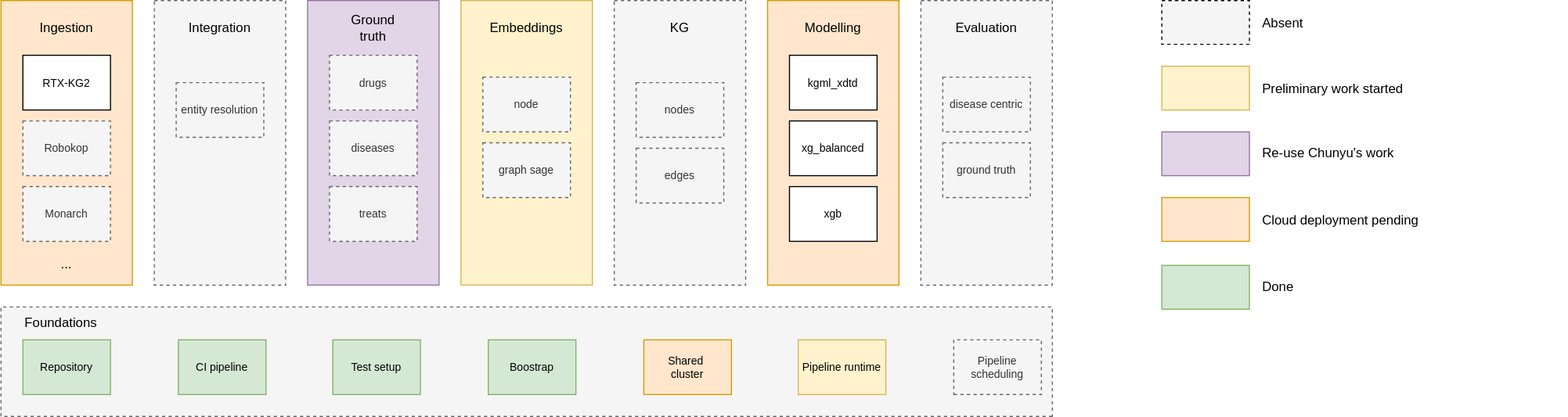
Above: docs/src/assets/img/status.drawio.svg in everycure-org/matrix (draw.io), before the change. Source tidied: cells renumbered, new cells last; positions are measured from the earlier drawing's top-left corner, leaving out a move shared by most shapes.
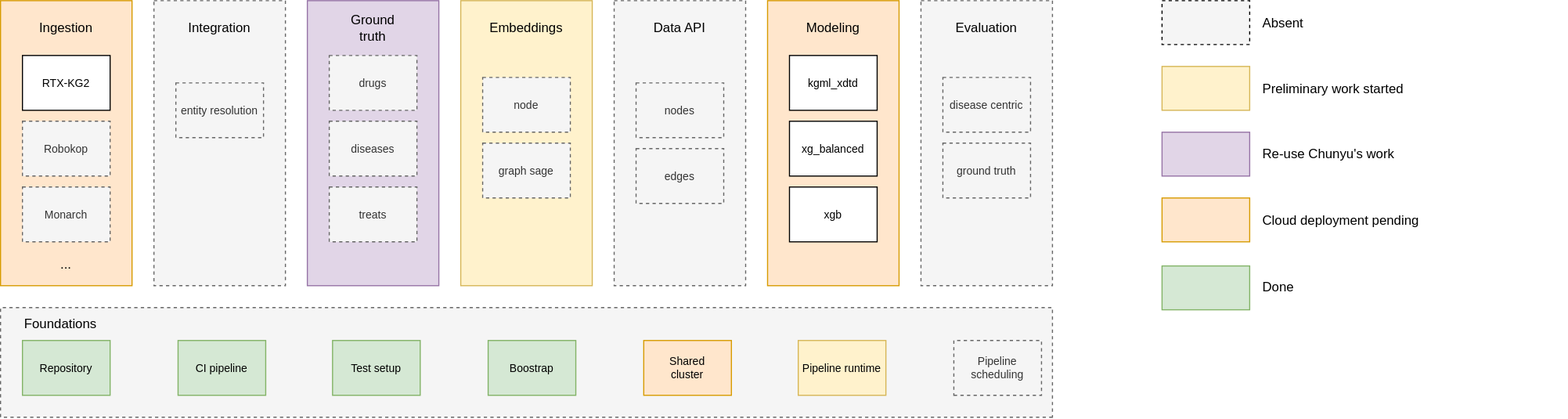
The same diagram one commit later.

Diff of the diagram source:
```diff
@@ -38,7 +38,7 @@
     <mxCell id="13" style="rounded=0;whiteSpace=wrap;html=1;fillColor=#ffe6cc;strokeColor=#d79b00;" parent="1" vertex="1">
       <mxGeometry x="700" width="120" height="260" as="geometry" />
     </mxCell>
-    <mxCell id="14" value="Modelling" style="text;html=1;align=center;verticalAlign=middle;whiteSpace=wrap;rounded=0;" parent="1" vertex="1">
+    <mxCell id="14" value="Modeling" style="text;html=1;align=center;verticalAlign=middle;whiteSpace=wrap;rounded=0;" parent="1" vertex="1">
       <mxGeometry x="730" y="10" width="60" height="30" as="geometry" />
     </mxCell>
     <mxCell id="15" style="rounded=0;whiteSpace=wrap;html=1;fillColor=#f5f5f5;fontColor=#333333;strokeColor=#666666;dashed=1;" parent="1" vertex="1">
@@ -131,7 +131,7 @@
     <mxCell id="44" style="rounded=0;whiteSpace=wrap;html=1;fillColor=#f5f5f5;fontColor=#333333;strokeColor=#666666;dashed=1;" parent="43" vertex="1">
       <mxGeometry width="120" height="260" as="geometry" />
     </mxCell>
-    <mxCell id="45" value="KG" style="text;html=1;align=center;verticalAlign=middle;whiteSpace=wrap;rounded=0;" parent="43" vertex="1">
+    <mxCell id="45" value="Data API" style="text;html=1;align=center;verticalAlign=middle;whiteSpace=wrap;rounded=0;" parent="43" vertex="1">
       <mxGeometry x="30" y="10" width="60" height="30" as="geometry" />
     </mxCell>
     <mxCell id="46" value="nodes" style="rounded=0;whiteSpace=wrap;html=1;fillColor=#f5f5f5;strokeColor=#666666;fontColor=#333333;fontSize=10;dashed=1;" parent="43" vertex="1">
```
